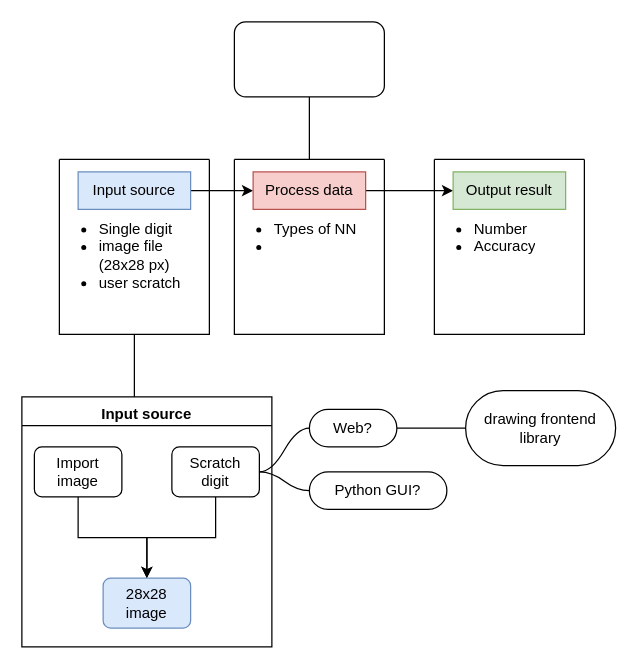
Before: structure.drawio in jukrb0x/SOF106-Project, a draw.io diagram. Source tidied: cells renumbered, new cells numbered last; positions are measured from the earlier drawing's top-left corner, leaving out a move shared by most shapes. Both pictures are drawn from the tidied source at 125%, with x=0, y=0 at pixel (21, 21).
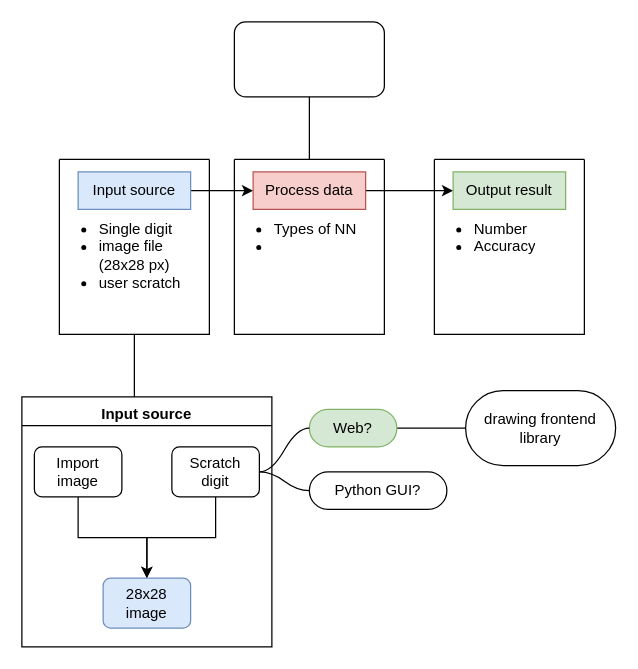
The same diagram, later.

Change to the diagram source:
```diff
@@
-    <mxCell id="21" value="Web?" style="whiteSpace=wrap;html=1;rounded=1;arcSize=50;align=center;verticalAlign=middle;strokeWidth=1;spacing=4;newEdgeStyle={&quot;edgeStyle&quot;:&quot;entityRelationEdgeStyle&quot;,&quot;startArrow&quot;:&quot;none&quot;,&quot;endArrow&quot;:&quot;none&quot;,&quot;segment&quot;:10,&quot;curved&quot;:1};" parent="1" vertex="1">
+    <mxCell id="21" value="Web?" style="whiteSpace=wrap;html=1;rounded=1;arcSize=50;align=center;verticalAlign=middle;strokeWidth=1;spacing=4;newEdgeStyle={&quot;edgeStyle&quot;:&quot;entityRelationEdgeStyle&quot;,&quot;startArrow&quot;:&quot;none&quot;,&quot;endArrow&quot;:&quot;none&quot;,&quot;segment&quot;:10,&quot;curved&quot;:1};fillColor=#d5e8d4;strokeColor=#82b366;" parent="1" vertex="1">
       <mxGeometry x="230" y="310" width="70" height="30" as="geometry" />
     </mxCell>
```
